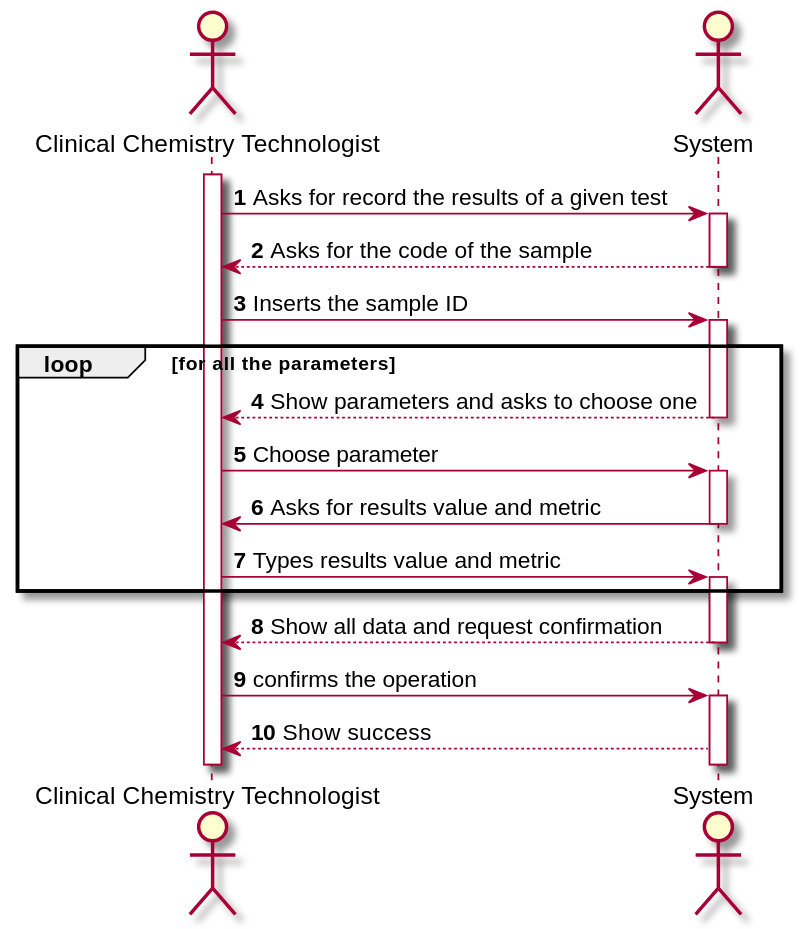
This is docs/SprintC/US12/US12_SSD.svg from MarianaCLages/LAPR2, a PlantUML export, as it was before one commit.
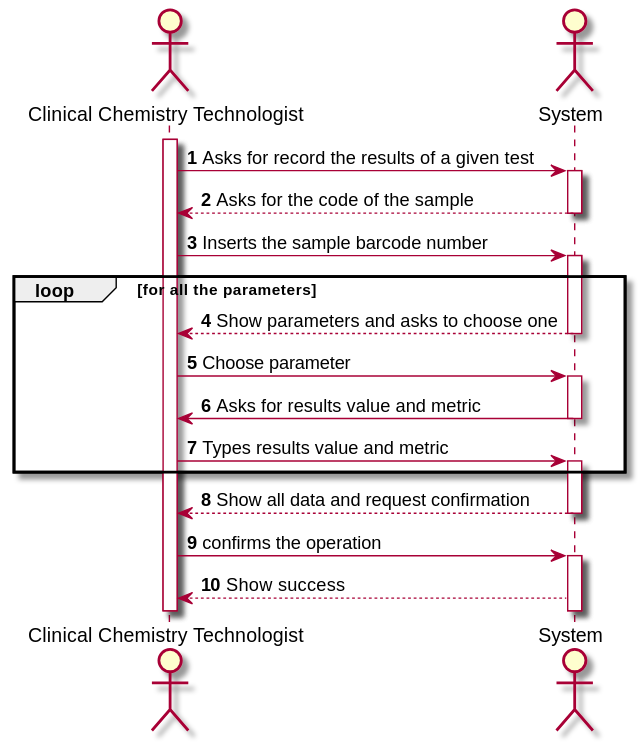
Later version of the same file.

Diff of the diagram source:
```diff
@@ -7,7 +7,7 @@
 activate SYS
 SYS --> cct: Asks for the code of the sample
 deactivate SYS
-cct -> SYS: Inserts the sample ID
+cct -> SYS: Inserts the sample barcode number
 activate SYS
 
 loop for all the parameters
```
